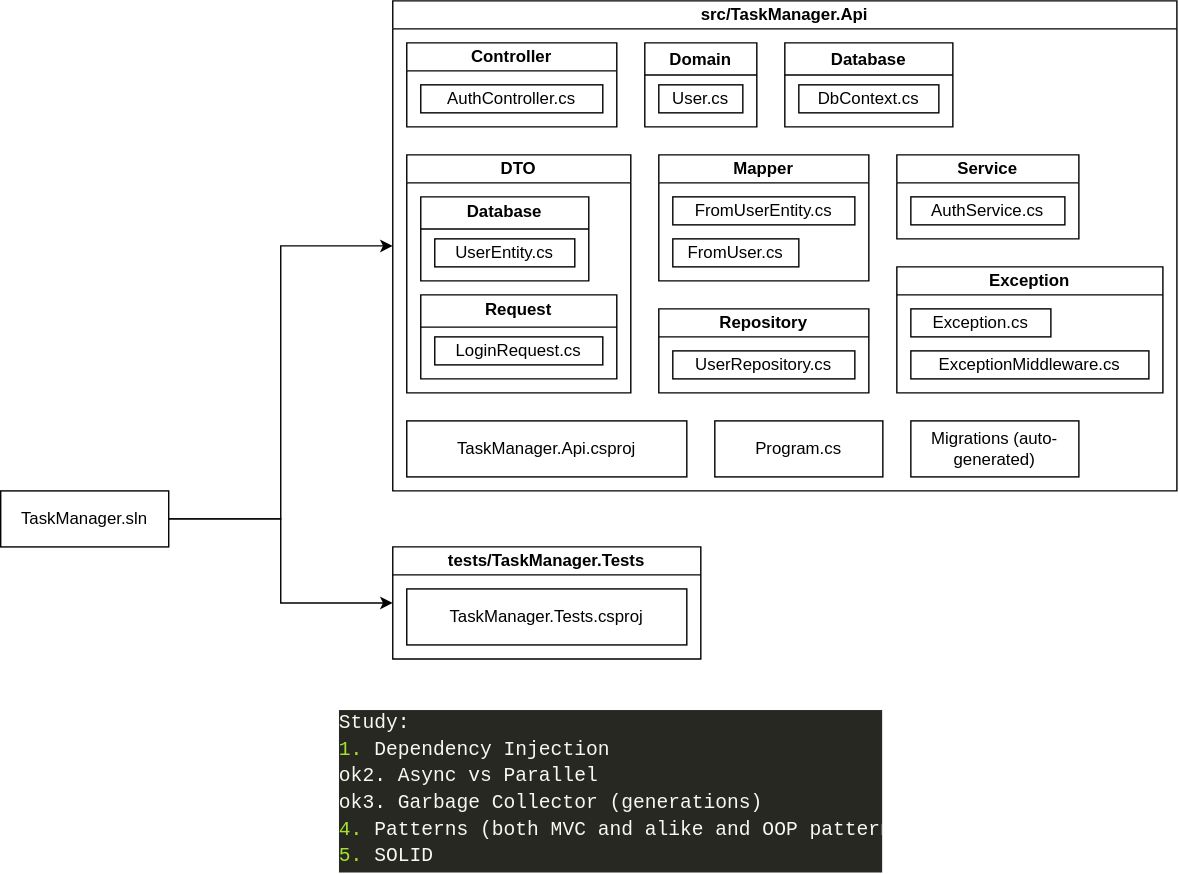
This is Documentation/FileStructure.drawio.svg from TsirelsonStepan/EnterpriseTaskManager, a draw.io export, as it was before one commit. Source tidied: cells renumbered, new cells last; positions are measured from the earlier drawing's top-left corner, leaving out a move shared by most shapes.
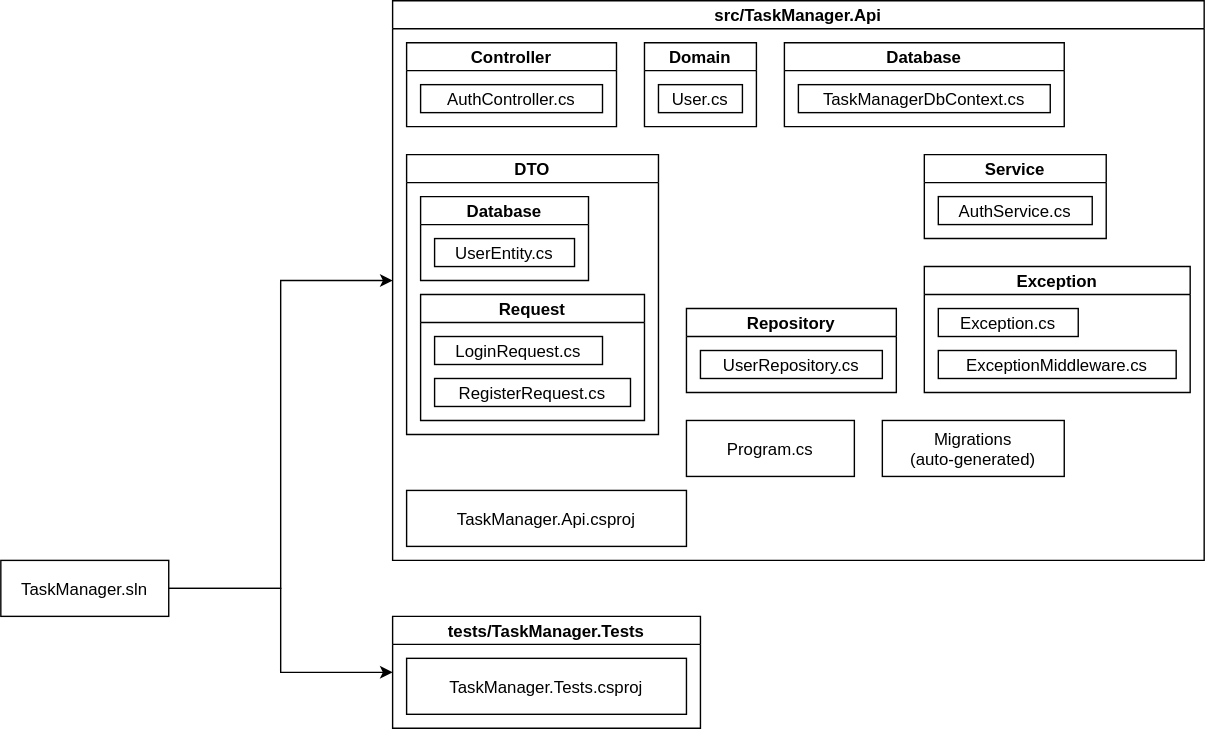
After the change.

Diff of the diagram source:
```diff
@@ -2,98 +2,89 @@
   <root>
     <mxCell id="0" />
     <mxCell id="1" parent="0" />
-    <mxCell id="2" style="edgeStyle=orthogonalEdgeStyle;rounded=0;jettySize=auto;html=1;" parent="1" edge="1" source="4" target="5">
+    <mxCell id="2" style="edgeStyle=orthogonalEdgeStyle;rounded=0;jettySize=auto;labelBackgroundColor=none;" parent="1" edge="1" source="4" target="5">
       <mxGeometry relative="1" as="geometry" />
     </mxCell>
-    <mxCell id="3" style="edgeStyle=orthogonalEdgeStyle;rounded=0;jettySize=auto;html=1;" parent="1" edge="1" source="4" target="7">
+    <mxCell id="3" style="edgeStyle=orthogonalEdgeStyle;rounded=0;jettySize=auto;labelBackgroundColor=none;" parent="1" edge="1" source="4" target="7">
       <mxGeometry relative="1" as="geometry" />
     </mxCell>
-    <mxCell id="4" value="TaskManager.sln" style="rounded=0;whiteSpace=wrap;html=1;" parent="1" vertex="1">
+    <mxCell id="4" value="TaskManager.sln" style="rounded=0;labelBackgroundColor=none;" parent="1" vertex="1">
       <mxGeometry y="350" width="120" height="40" as="geometry" />
     </mxCell>
-    <mxCell id="5" value="tests/TaskManager.Tests" style="swimlane;whiteSpace=wrap;html=1;startSize=20;" parent="1" vertex="1">
+    <mxCell id="5" value="tests/TaskManager.Tests" style="swimlane;startSize=20;labelBackgroundColor=none;convertToSvg=0;gradientColor=none;glass=0;rounded=0;fillColor=default;" parent="1" vertex="1">
       <mxGeometry x="280" y="390" width="220" height="80" as="geometry" />
     </mxCell>
-    <mxCell id="6" value="TaskManager.Tests.csproj" style="rounded=0;whiteSpace=wrap;html=1;" parent="5" vertex="1">
+    <mxCell id="6" value="TaskManager.Tests.csproj" style="rounded=0;labelBackgroundColor=none;" parent="5" vertex="1">
       <mxGeometry x="10" y="30" width="200" height="40" as="geometry" />
     </mxCell>
-    <mxCell id="7" value="src/TaskManager.Api" style="swimlane;whiteSpace=wrap;html=1;startSize=20;" parent="1" vertex="1">
-      <mxGeometry x="280" width="560" height="350" as="geometry" />
+    <mxCell id="7" value="src/TaskManager.Api" style="swimlane;startSize=20;labelBackgroundColor=none;" parent="1" vertex="1">
+      <mxGeometry x="280" y="-50" width="580" height="400" as="geometry" />
     </mxCell>
-    <mxCell id="8" value="Controller" style="swimlane;whiteSpace=wrap;html=1;startSize=20;" parent="7" vertex="1">
+    <mxCell id="8" value="Controller" style="swimlane;startSize=20;labelBackgroundColor=none;" parent="7" vertex="1">
       <mxGeometry x="10" y="30" width="150" height="60" as="geometry" />
     </mxCell>
-    <mxCell id="9" value="AuthController.cs" style="rounded=0;whiteSpace=wrap;html=1;" parent="8" vertex="1">
+    <mxCell id="9" value="AuthController.cs" style="rounded=0;labelBackgroundColor=none;" parent="8" vertex="1">
       <mxGeometry x="10" y="30" width="130" height="20" as="geometry" />
     </mxCell>
-    <mxCell id="10" value="Domain" style="swimlane;whiteSpace=wrap;html=1;" parent="7" vertex="1">
+    <mxCell id="10" value="Domain" style="swimlane;startSize=20;labelBackgroundColor=none;" parent="7" vertex="1">
       <mxGeometry x="180" y="30" width="80" height="60" as="geometry" />
     </mxCell>
-    <mxCell id="11" value="User.cs" style="rounded=0;whiteSpace=wrap;html=1;" parent="10" vertex="1">
+    <mxCell id="11" value="User.cs" style="rounded=0;labelBackgroundColor=none;" parent="10" vertex="1">
       <mxGeometry x="10" y="30" width="60" height="20" as="geometry" />
     </mxCell>
-    <mxCell id="12" value="DTO" style="swimlane;whiteSpace=wrap;html=1;startSize=20;" parent="7" vertex="1">
-      <mxGeometry x="10" y="110" width="160" height="170" as="geometry" />
+    <mxCell id="12" value="DTO" style="swimlane;startSize=20;labelBackgroundColor=none;" parent="7" vertex="1">
+      <mxGeometry x="10" y="110" width="180" height="200" as="geometry" />
     </mxCell>
-    <mxCell id="13" value="Database" style="swimlane;whiteSpace=wrap;html=1;" parent="12" vertex="1">
+    <mxCell id="13" value="Database" style="swimlane;startSize=20;labelBackgroundColor=none;" parent="12" vertex="1">
       <mxGeometry x="10" y="30" width="120" height="60" as="geometry" />
     </mxCell>
-    <mxCell id="14" value="UserEntity.cs" style="rounded=0;whiteSpace=wrap;html=1;" parent="13" vertex="1">
+    <mxCell id="14" value="UserEntity.cs" style="rounded=0;labelBackgroundColor=none;" parent="13" vertex="1">
       <mxGeometry x="10" y="30" width="100" height="20" as="geometry" />
     </mxCell>
-    <mxCell id="15" value="Request" style="swimlane;whiteSpace=wrap;html=1;" parent="12" vertex="1">
-      <mxGeometry x="10" y="100" width="140" height="60" as="geometry" />
+    <mxCell id="15" value="Request" style="swimlane;fillColor=default;startSize=20;labelBackgroundColor=none;" parent="12" vertex="1">
+      <mxGeometry x="10" y="100" width="160" height="90" as="geometry" />
     </mxCell>
-    <mxCell id="16" value="LoginRequest.cs" style="rounded=0;whiteSpace=wrap;html=1;" parent="15" vertex="1">
+    <mxCell id="16" value="LoginRequest.cs" style="rounded=0;labelBackgroundColor=none;" parent="15" vertex="1">
       <mxGeometry x="10" y="30" width="120" height="20" as="geometry" />
     </mxCell>
-    <mxCell id="17" value="Mapper" style="swimlane;whiteSpace=wrap;html=1;startSize=20;" parent="7" vertex="1">
-      <mxGeometry x="190" y="110" width="150" height="90" as="geometry" />
-    </mxCell>
-    <mxCell id="18" value="&lt;p style=&quot;text-align: left;&quot;&gt;&lt;span style=&quot;background-color: transparent; color: light-dark(rgb(0, 0, 0), rgb(255, 255, 255));&quot;&gt;FromUserEntity.cs&lt;/span&gt;&lt;/p&gt;" style="rounded=0;whiteSpace=wrap;html=1;" parent="17" vertex="1">
-      <mxGeometry x="10" y="30" width="130" height="20" as="geometry" />
-    </mxCell>
-    <mxCell id="19" value="&lt;p style=&quot;text-align: left;&quot;&gt;FromUser.cs&lt;/p&gt;" style="rounded=0;whiteSpace=wrap;html=1;" parent="17" vertex="1">
-      <mxGeometry x="10" y="60" width="90" height="20" as="geometry" />
-    </mxCell>
+    <mxCell id="33" value="RegisterRequest.cs" style="rounded=0;labelBackgroundColor=none;" parent="15" vertex="1">
+      <mxGeometry x="10" y="60" width="140" height="20" as="geometry" />
+    </mxCell>
-    <mxCell id="20" value="Repository" style="swimlane;whiteSpace=wrap;html=1;startSize=20;" parent="7" vertex="1">
-      <mxGeometry x="190" y="220" width="150" height="60" as="geometry" />
+    <mxCell id="20" value="Repository" style="swimlane;startSize=20;labelBackgroundColor=none;" parent="7" vertex="1">
+      <mxGeometry x="210" y="220" width="150" height="60" as="geometry" />
     </mxCell>
-    <mxCell id="21" value="UserRepository.cs" style="rounded=0;whiteSpace=wrap;html=1;" parent="20" vertex="1">
+    <mxCell id="21" value="UserRepository.cs" style="rounded=0;labelBackgroundColor=none;" parent="20" vertex="1">
       <mxGeometry x="10" y="30" width="130" height="20" as="geometry" />
     </mxCell>
-    <mxCell id="22" value="Database" style="swimlane;whiteSpace=wrap;html=1;" parent="7" vertex="1">
-      <mxGeometry x="280" y="30" width="120" height="60" as="geometry" />
+    <mxCell id="22" value="Database" style="swimlane;startSize=20;labelBackgroundColor=none;" parent="7" vertex="1">
+      <mxGeometry x="280" y="30" width="200" height="60" as="geometry" />
     </mxCell>
-    <mxCell id="23" value="DbContext.cs" style="rounded=0;whiteSpace=wrap;html=1;" parent="22" vertex="1">
-      <mxGeometry x="10" y="30" width="100" height="20" as="geometry" />
+    <mxCell id="23" value="TaskManagerDbContext.cs" style="rounded=0;labelBackgroundColor=none;" parent="22" vertex="1">
+      <mxGeometry x="10" y="30" width="180" height="20" as="geometry" />
     </mxCell>
-    <mxCell id="24" value="Service" style="swimlane;whiteSpace=wrap;html=1;startSize=20;" parent="7" vertex="1">
-      <mxGeometry x="360" y="110" width="130" height="60" as="geometry" />
+    <mxCell id="24" value="Service" style="swimlane;startSize=20;labelBackgroundColor=none;" parent="7" vertex="1">
+      <mxGeometry x="380" y="110" width="130" height="60" as="geometry" />
     </mxCell>
-    <mxCell id="25" value="AuthService.cs" style="rounded=0;whiteSpace=wrap;html=1;" parent="24" vertex="1">
+    <mxCell id="25" value="AuthService.cs" style="rounded=0;labelBackgroundColor=none;" parent="24" vertex="1">
       <mxGeometry x="10" y="30" width="110" height="20" as="geometry" />
     </mxCell>
-    <mxCell id="26" value="Program.cs" style="rounded=0;whiteSpace=wrap;html=1;" parent="7" vertex="1">
-      <mxGeometry x="230" y="300" width="120" height="40" as="geometry" />
+    <mxCell id="26" value="Program.cs" style="rounded=0;labelBackgroundColor=none;" parent="7" vertex="1">
+      <mxGeometry x="210" y="300" width="120" height="40" as="geometry" />
     </mxCell>
-    <mxCell id="27" value="TaskManager.Api.csproj" style="rounded=0;whiteSpace=wrap;html=1;" parent="7" vertex="1">
-      <mxGeometry x="10" y="300" width="200" height="40" as="geometry" />
+    <mxCell id="27" value="TaskManager.Api.csproj" style="rounded=0;labelBackgroundColor=none;" parent="7" vertex="1">
+      <mxGeometry x="10" y="350" width="200" height="40" as="geometry" />
     </mxCell>
-    <mxCell id="28" value="Migrations (auto-generated)" style="rounded=0;whiteSpace=wrap;html=1;" parent="7" vertex="1">
-      <mxGeometry x="370" y="300" width="120" height="40" as="geometry" />
+    <mxCell id="28" value="Migrations&#10;(auto-generated)" style="rounded=0;labelBackgroundColor=none;" parent="7" vertex="1">
+      <mxGeometry x="350" y="300" width="130" height="40" as="geometry" />
     </mxCell>
-    <mxCell id="29" value="Exception" style="swimlane;whiteSpace=wrap;html=1;startSize=20;" parent="7" vertex="1">
-      <mxGeometry x="360" y="190" width="190" height="90" as="geometry" />
+    <mxCell id="29" value="Exception" style="swimlane;startSize=20;labelBackgroundColor=none;" parent="7" vertex="1">
+      <mxGeometry x="380" y="190" width="190" height="90" as="geometry" />
     </mxCell>
-    <mxCell id="30" value="Exception.cs" style="rounded=0;whiteSpace=wrap;html=1;" parent="29" vertex="1">
+    <mxCell id="30" value="Exception.cs" style="rounded=0;labelBackgroundColor=none;" parent="29" vertex="1">
       <mxGeometry x="10" y="30" width="100" height="20" as="geometry" />
     </mxCell>
-    <mxCell id="31" value="ExceptionMiddleware.cs" style="rounded=0;whiteSpace=wrap;html=1;" parent="29" vertex="1">
+    <mxCell id="31" value="ExceptionMiddleware.cs" style="rounded=0;labelBackgroundColor=none;" parent="29" vertex="1">
       <mxGeometry x="10" y="60" width="170" height="20" as="geometry" />
     </mxCell>
-    <mxCell id="32" value="&lt;h1 style=&quot;margin-top: 0px;&quot;&gt;&lt;div style=&quot;color: #f8f8f2;background-color: #272822;font-family: 'Mononoki Nerd Font Mono', 'Droid Sans Mono', monospace;font-weight: normal;font-size: 14px;line-height: 19px;white-space: pre;&quot;&gt;&lt;div&gt;Study:&lt;/div&gt;&lt;div&gt;&lt;span style=&quot;color: #a6e22e;&quot;&gt;1.&lt;/span&gt; Dependency Injection&lt;/div&gt;&lt;div&gt;ok2. Async vs Parallel&lt;/div&gt;&lt;div&gt;ok3. Garbage Collector (generations)&lt;/div&gt;&lt;div&gt;&lt;span style=&quot;color: #a6e22e;&quot;&gt;4.&lt;/span&gt; Patterns (both MVC and alike and OOP patterns)&lt;/div&gt;&lt;div&gt;&lt;span style=&quot;color: #a6e22e;&quot;&gt;5.&lt;/span&gt; SOLID&lt;/div&gt;&lt;div&gt;&lt;span style=&quot;color: #a6e22e;&quot;&gt;6.&lt;/span&gt; LINQ (watch some course)&lt;/div&gt;&lt;div&gt;&lt;span style=&quot;color: #a6e22e;&quot;&gt;7.&lt;/span&gt; AppSettings&lt;/div&gt;&lt;/div&gt;&lt;/h1&gt;" style="text;html=1;whiteSpace=wrap;overflow=hidden;rounded=0;" parent="1" vertex="1">
-      <mxGeometry x="240" y="500" width="390" height="120" as="geometry" />
-    </mxCell>
   </root>
 </mxGraphModel>
```
